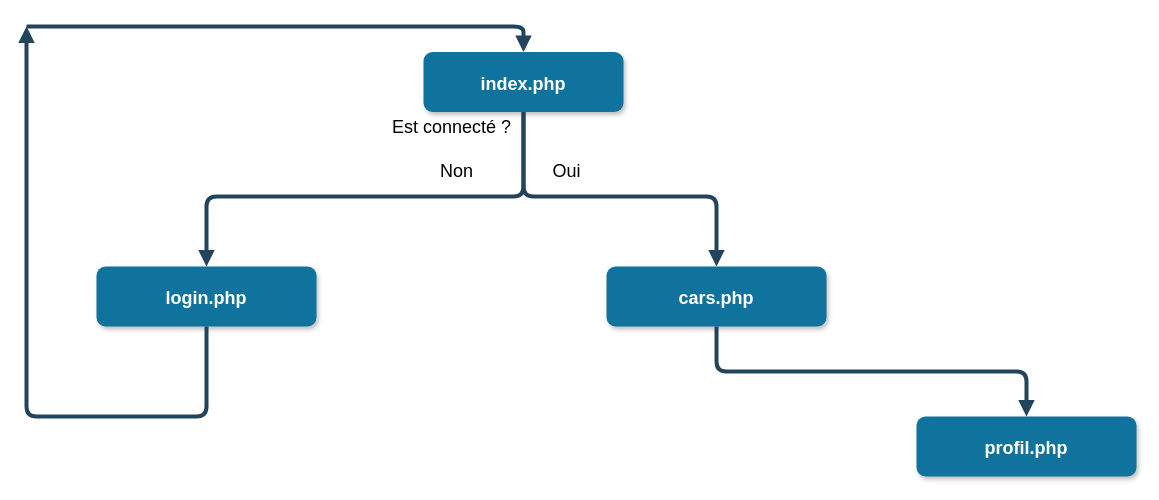
The draw.io diagram Documents/Structure_Site.drawio in Jerome-JJT/CPNVoiturage, before the edit. Source tidied: cells renumbered, new cells numbered last; positions are measured from the earlier drawing's top-left corner, leaving out a move shared by most shapes. Both pictures are drawn from the tidied source at 100%, with x=0, y=0 at pixel (-114, -34).
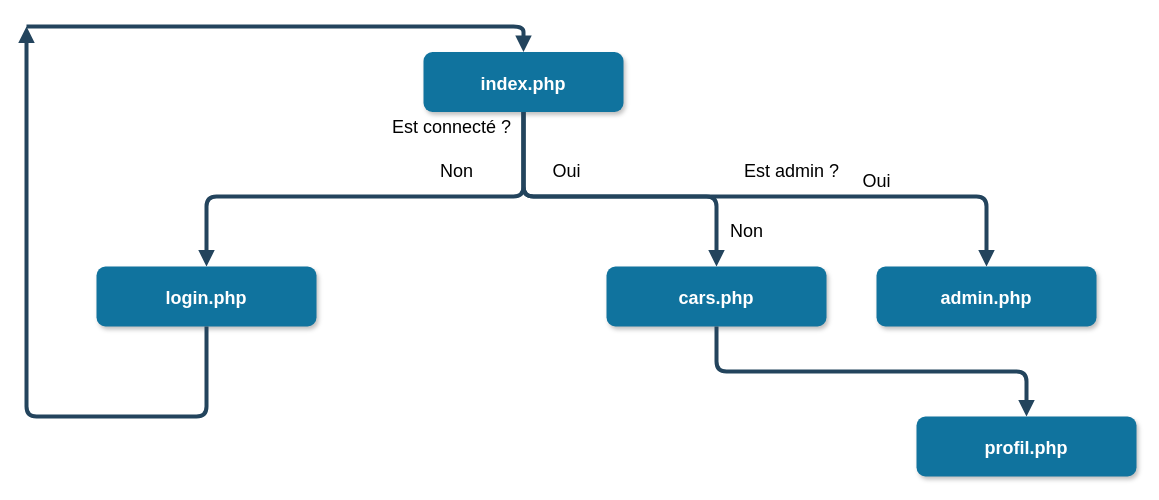
The same page after the edit.

The edit, as a diff of the source:
```diff
@@
+    <mxCell id="14" value="admin.php" style="rounded=1;fillColor=#10739E;strokeColor=none;shadow=1;gradientColor=none;fontStyle=1;fontColor=#FFFFFF;fontSize=18;" parent="1" vertex="1">
+      <mxGeometry x="990" y="300" width="220" height="60" as="geometry" />
+    </mxCell>
+    <mxCell id="15" style="edgeStyle=elbowEdgeStyle;elbow=vertical;strokeWidth=4;endArrow=block;endFill=1;fontStyle=1;strokeColor=#23445D;entryX=0.5;entryY=0;entryDx=0;entryDy=0;exitX=0.5;exitY=1;exitDx=0;exitDy=0;" parent="1" edge="1" target="14">
+      <mxGeometry x="344" y="330" as="geometry">
+        <mxPoint x="637" y="145.5" as="sourcePoint" />
+        <Array as="points">
+          <mxPoint x="690" y="230" />
+        </Array>
+      </mxGeometry>
+    </mxCell>
+    <mxCell id="16" value="Est admin ?" style="text;html=1;strokeColor=none;fillColor=none;align=center;verticalAlign=middle;rounded=0;fontSize=18;" parent="1" vertex="1">
+      <mxGeometry x="840" y="190" width="130" height="30" as="geometry" />
+    </mxCell>
+    <mxCell id="17" value="Oui" style="text;html=1;strokeColor=none;fillColor=none;align=center;verticalAlign=middle;rounded=0;fontSize=18;" parent="1" vertex="1">
+      <mxGeometry x="960" y="200" width="60" height="30" as="geometry" />
+    </mxCell>
+    <mxCell id="18" value="Non" style="text;html=1;strokeColor=none;fillColor=none;align=center;verticalAlign=middle;rounded=0;fontSize=18;" parent="1" vertex="1">
+      <mxGeometry x="830" y="250" width="60" height="30" as="geometry" />
+    </mxCell>
```
